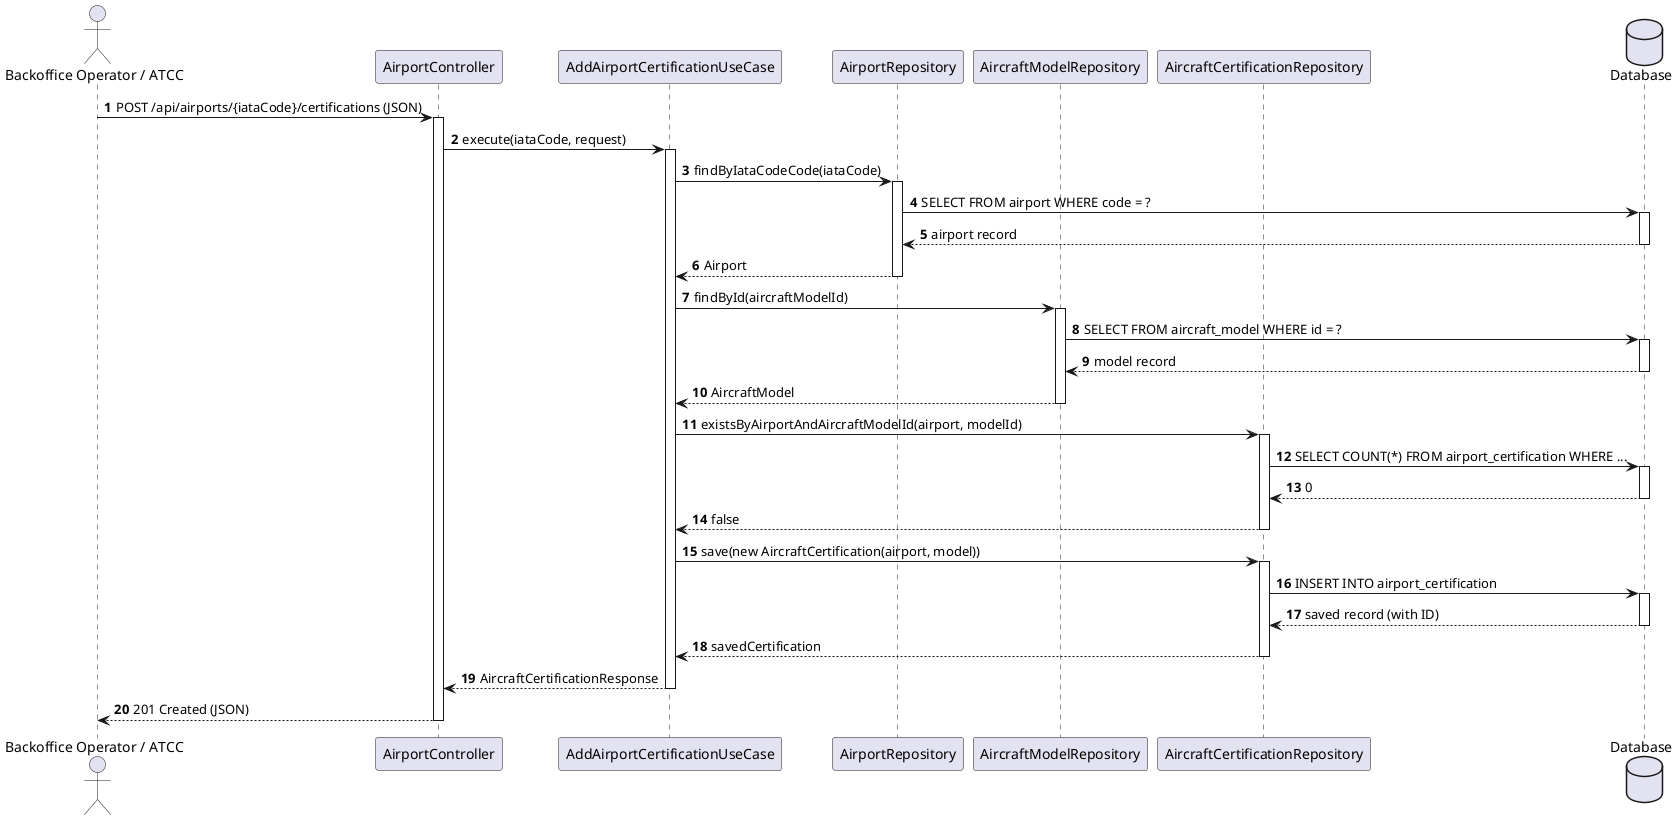
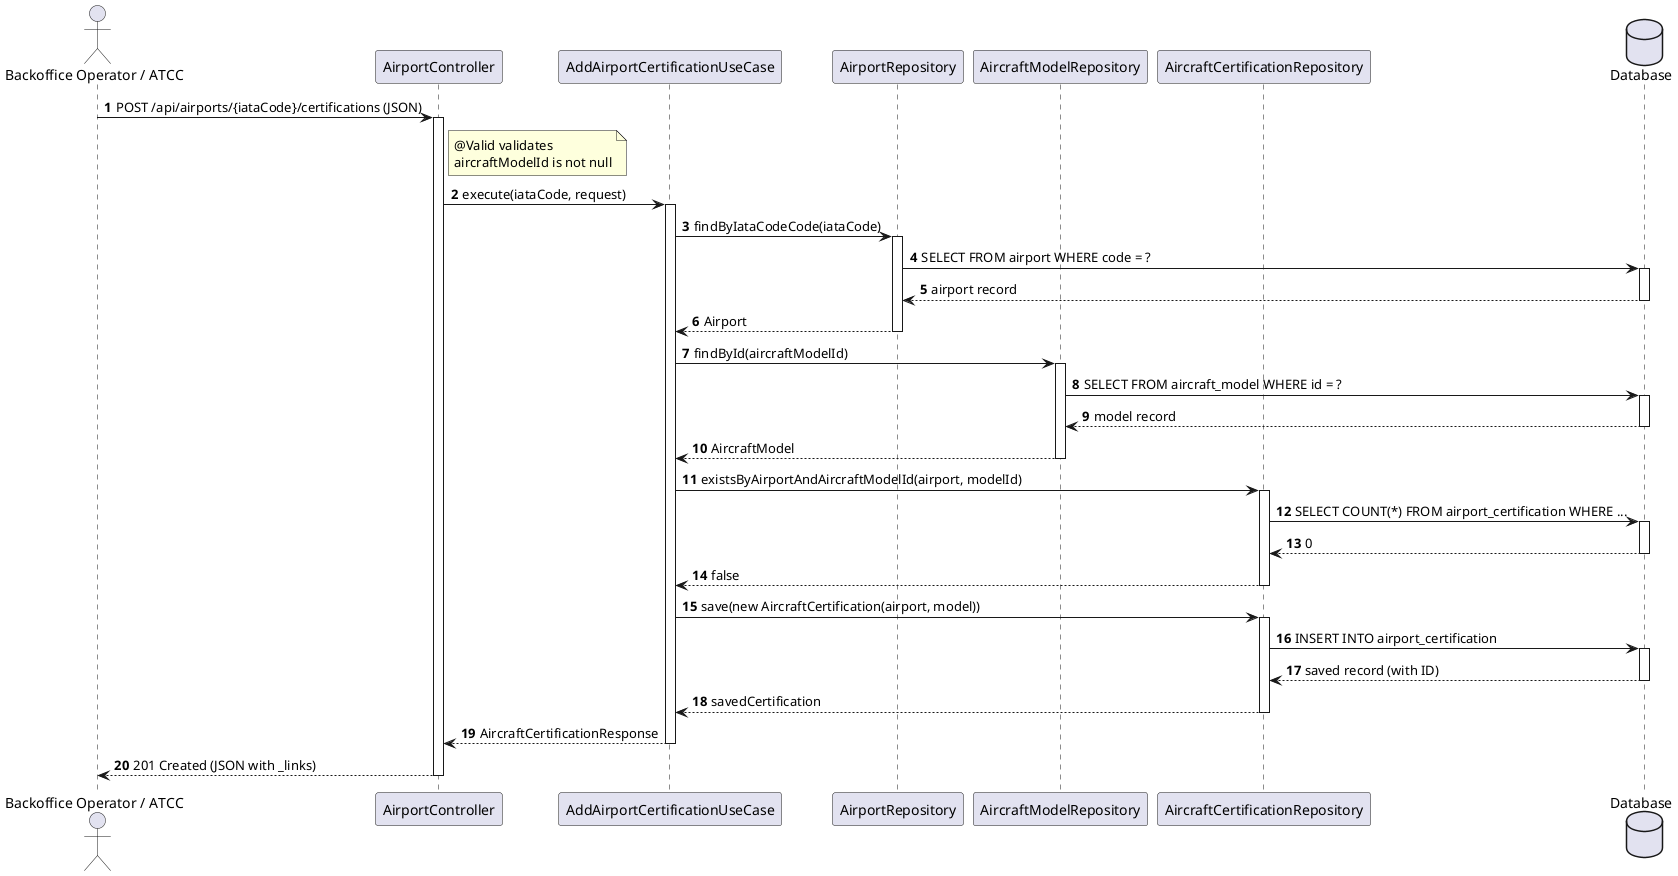
@startuml
autonumber
actor "Backoffice Operator / ATCC" as Actor
participant "AirportController" as Ctrl
participant "AddAirportCertificationUseCase" as UC
participant "AirportRepository" as AirportRepo
participant "AircraftModelRepository" as ModelRepo
participant "AircraftCertificationRepository" as CertRepo
database "Database" as DB

Actor -> Ctrl : POST /api/airports/{iataCode}/certifications (JSON)
activate Ctrl
+ 
+ note right of Ctrl : @Valid validates\naircraftModelId is not null

Ctrl -> UC : execute(iataCode, request)
activate UC

UC -> AirportRepo : findByIataCodeCode(iataCode)
activate AirportRepo
AirportRepo -> DB : SELECT FROM airport WHERE code = ?
activate DB
DB --> AirportRepo : airport record
deactivate DB
AirportRepo --> UC : Airport
deactivate AirportRepo

UC -> ModelRepo : findById(aircraftModelId)
activate ModelRepo
ModelRepo -> DB : SELECT FROM aircraft_model WHERE id = ?
activate DB
DB --> ModelRepo : model record
deactivate DB
ModelRepo --> UC : AircraftModel
deactivate ModelRepo

UC -> CertRepo : existsByAirportAndAircraftModelId(airport, modelId)
activate CertRepo
CertRepo -> DB : SELECT COUNT(*) FROM airport_certification WHERE ...
activate DB
DB --> CertRepo : 0
deactivate DB
CertRepo --> UC : false
deactivate CertRepo

UC -> CertRepo : save(new AircraftCertification(airport, model))
activate CertRepo
CertRepo -> DB : INSERT INTO airport_certification
activate DB
DB --> CertRepo : saved record (with ID)
deactivate DB
CertRepo --> UC : savedCertification
deactivate CertRepo

UC --> Ctrl : AircraftCertificationResponse
deactivate UC

- Ctrl --> Actor : 201 Created (JSON)
+ Ctrl --> Actor : 201 Created (JSON with _links)
deactivate Ctrl
@enduml
